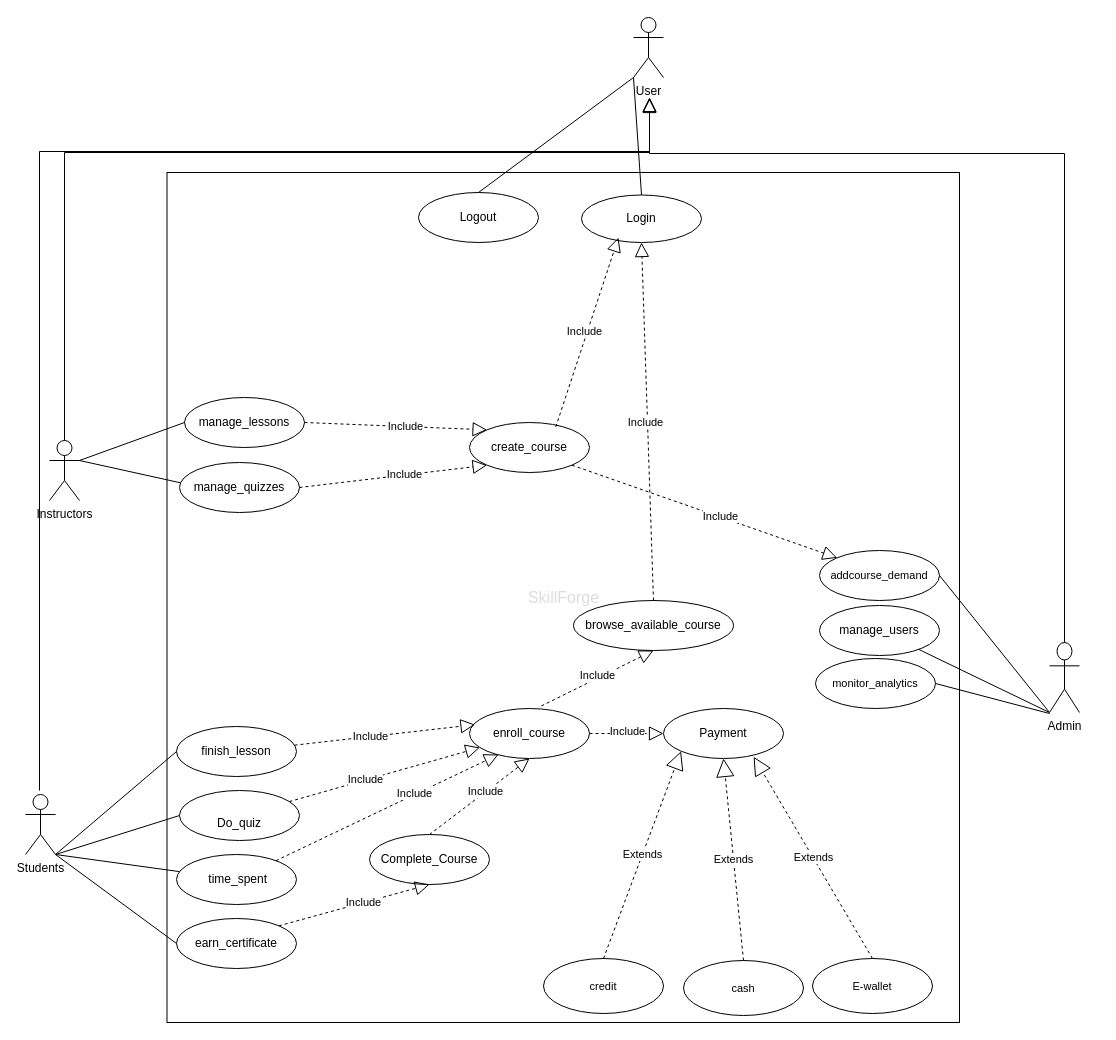
Above: USE-CASE.drawio in Mahmoud5704/Bismillahi_arRahmani_arRahim-UML- (draw.io), before the change. Source tidied: cells renumbered, new cells numbered last; positions are measured from the earlier drawing's top-left corner, leaving out a move shared by most shapes. Both pictures are drawn from the tidied source at 100%, with x=0, y=0 at pixel (25, 17).
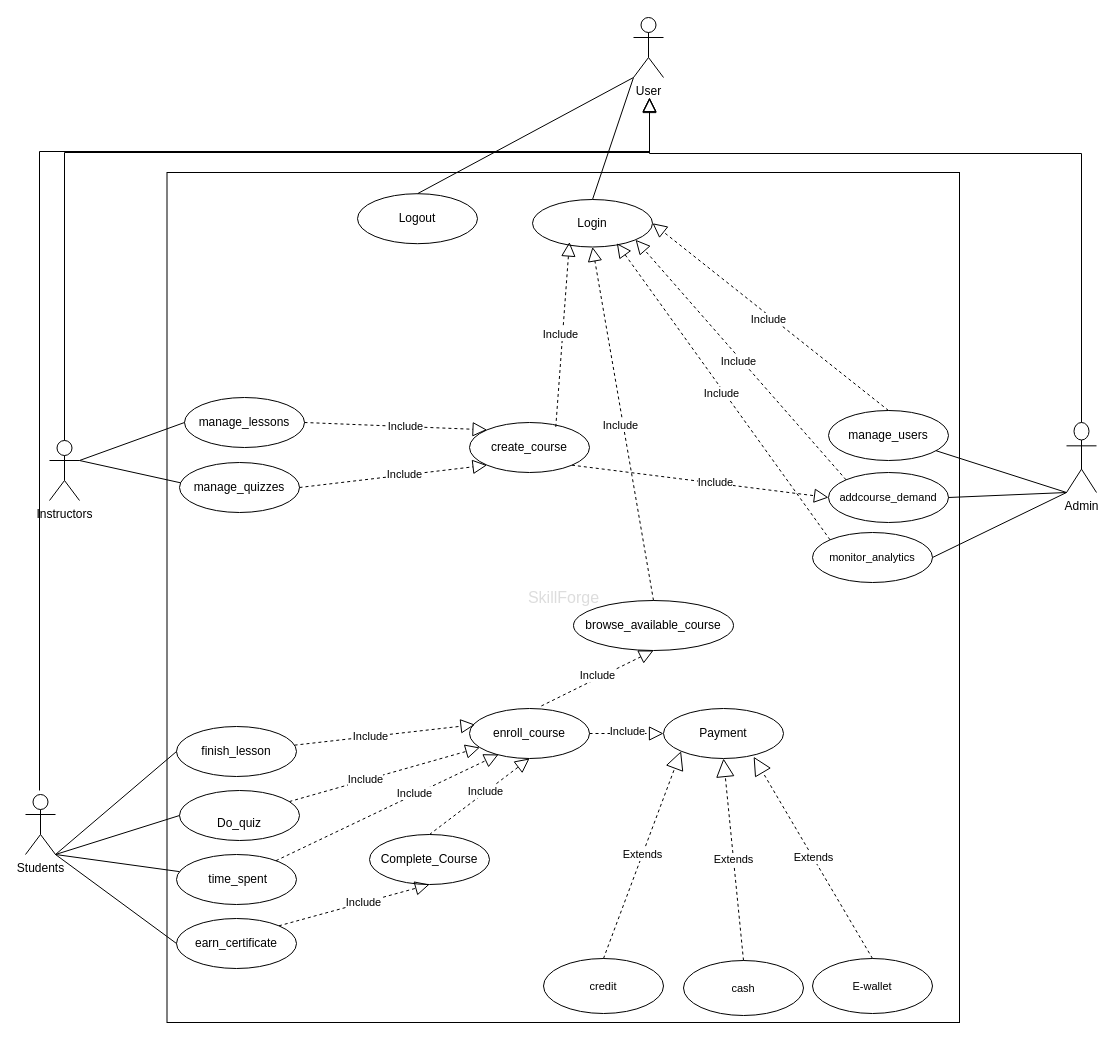
The same diagram, later.

Unchanged cells that the change refers to:
```xml
<mxCell id="27" value="create_course" style="ellipse;whiteSpace=wrap;html=1;" parent="1" vertex="1">
  <mxGeometry x="444" y="405" width="120" height="50" as="geometry" />
</mxCell>
```

What changed in the source:
```diff
@@
     <mxCell id="12" value="Logout" style="ellipse;whiteSpace=wrap;html=1;" parent="1" vertex="1">
-      <mxGeometry x="393" y="175" width="120" height="50" as="geometry" />
+      <mxGeometry x="332" y="176.2" width="120" height="50" as="geometry" />
     </mxCell>
     <mxCell id="13" value="Login" style="ellipse;whiteSpace=wrap;html=1;" parent="1" vertex="1">
-      <mxGeometry x="556" y="177.5" width="120" height="47.5" as="geometry" />
+      <mxGeometry x="507" y="182" width="120" height="47.5" as="geometry" />
     </mxCell>
@@
     <mxCell id="26" value="Admin" style="shape=umlActor;verticalLabelPosition=bottom;verticalAlign=top;html=1;outlineConnect=0;rotation=0;" parent="1" vertex="1">
-      <mxGeometry x="1024" y="625" width="30" height="70" as="geometry" />
+      <mxGeometry x="1041" y="405" width="30" height="70" as="geometry" />
     </mxCell>
@@
     <mxCell id="28" value="manage_users" style="ellipse;whiteSpace=wrap;html=1;" parent="1" vertex="1">
-      <mxGeometry x="794" y="588" width="120" height="50" as="geometry" />
+      <mxGeometry x="803" y="393" width="120" height="50" as="geometry" />
     </mxCell>
@@
     <mxCell id="48" value="addcourse_demand" style="ellipse;whiteSpace=wrap;html=1;fontFamily=Helvetica;fontSize=11;fontColor=default;labelBackgroundColor=default;" parent="1" vertex="1">
-      <mxGeometry x="794" y="533" width="120" height="50" as="geometry" />
+      <mxGeometry x="803" y="455" width="120" height="50" as="geometry" />
     </mxCell>
     <mxCell id="49" value="monitor_analytics" style="ellipse;whiteSpace=wrap;html=1;fontFamily=Helvetica;fontSize=11;fontColor=default;labelBackgroundColor=default;" parent="1" vertex="1">
-      <mxGeometry x="790" y="641" width="120" height="50" as="geometry" />
+      <mxGeometry x="787" y="515" width="120" height="50" as="geometry" />
     </mxCell>
@@
-    <mxCell id="53" style="endArrow=block;dashed=1;endFill=0;endSize=12;html=1;rounded=0;exitX=1;exitY=1;exitDx=0;exitDy=0;entryX=0;entryY=0;entryDx=0;entryDy=0;" parent="1" edge="1" source="27" target="48">
+    <mxCell id="53" style="endArrow=block;dashed=1;endFill=0;endSize=12;html=1;rounded=0;exitX=1;exitY=1;exitDx=0;exitDy=0;entryX=0;entryY=0.5;entryDx=0;entryDy=0;" parent="1" edge="1" source="27" target="48">
       <mxGeometry relative="1" as="geometry" />
     </mxCell>
@@
-    <mxCell id="55" style="endArrow=none;html=1;rounded=0;entryX=1;entryY=0.5;entryDx=0;entryDy=0;" parent="1" edge="1" target="49">
-      <mxGeometry relative="1" as="geometry">
-        <mxPoint x="1024" y="696" as="sourcePoint" />
-      </mxGeometry>
+    <mxCell id="55" style="endArrow=none;html=1;rounded=0;entryX=1;entryY=0.5;entryDx=0;entryDy=0;exitX=0;exitY=1;exitDx=0;exitDy=0;exitPerimeter=0;" parent="1" edge="1" source="26" target="49">
+      <mxGeometry relative="1" as="geometry" />
     </mxCell>
@@
+    <mxCell id="69" style="endArrow=block;dashed=1;endFill=0;endSize=12;html=1;rounded=0;exitX=0.5;exitY=0;exitDx=0;exitDy=0;entryX=1;entryY=0.5;entryDx=0;entryDy=0;" parent="1" edge="1" source="28" target="13">
+      <mxGeometry relative="1" as="geometry" />
+    </mxCell>
+    <mxCell id="70" value="Include" style="edgeLabel;html=1;align=center;verticalAlign=middle;" parent="69" vertex="1">
+      <mxGeometry y="3" relative="1" as="geometry" />
+    </mxCell>
+    <mxCell id="71" style="endArrow=block;dashed=1;endFill=0;endSize=12;html=1;rounded=0;exitX=0;exitY=0;exitDx=0;exitDy=0;entryX=1;entryY=1;entryDx=0;entryDy=0;" parent="1" edge="1" source="48" target="13">
+      <mxGeometry relative="1" as="geometry" />
+    </mxCell>
+    <mxCell id="72" value="Include" style="edgeLabel;html=1;align=center;verticalAlign=middle;" parent="71" vertex="1">
+      <mxGeometry y="3" relative="1" as="geometry" />
+    </mxCell>
+    <mxCell id="73" style="endArrow=block;dashed=1;endFill=0;endSize=12;html=1;rounded=0;exitX=0;exitY=0;exitDx=0;exitDy=0;entryX=0.703;entryY=0.921;entryDx=0;entryDy=0;entryPerimeter=0;" parent="1" edge="1" source="49" target="13">
+      <mxGeometry relative="1" as="geometry" />
+    </mxCell>
+    <mxCell id="74" value="Include" style="edgeLabel;html=1;align=center;verticalAlign=middle;" parent="73" vertex="1">
+      <mxGeometry y="3" relative="1" as="geometry" />
+    </mxCell>
```
